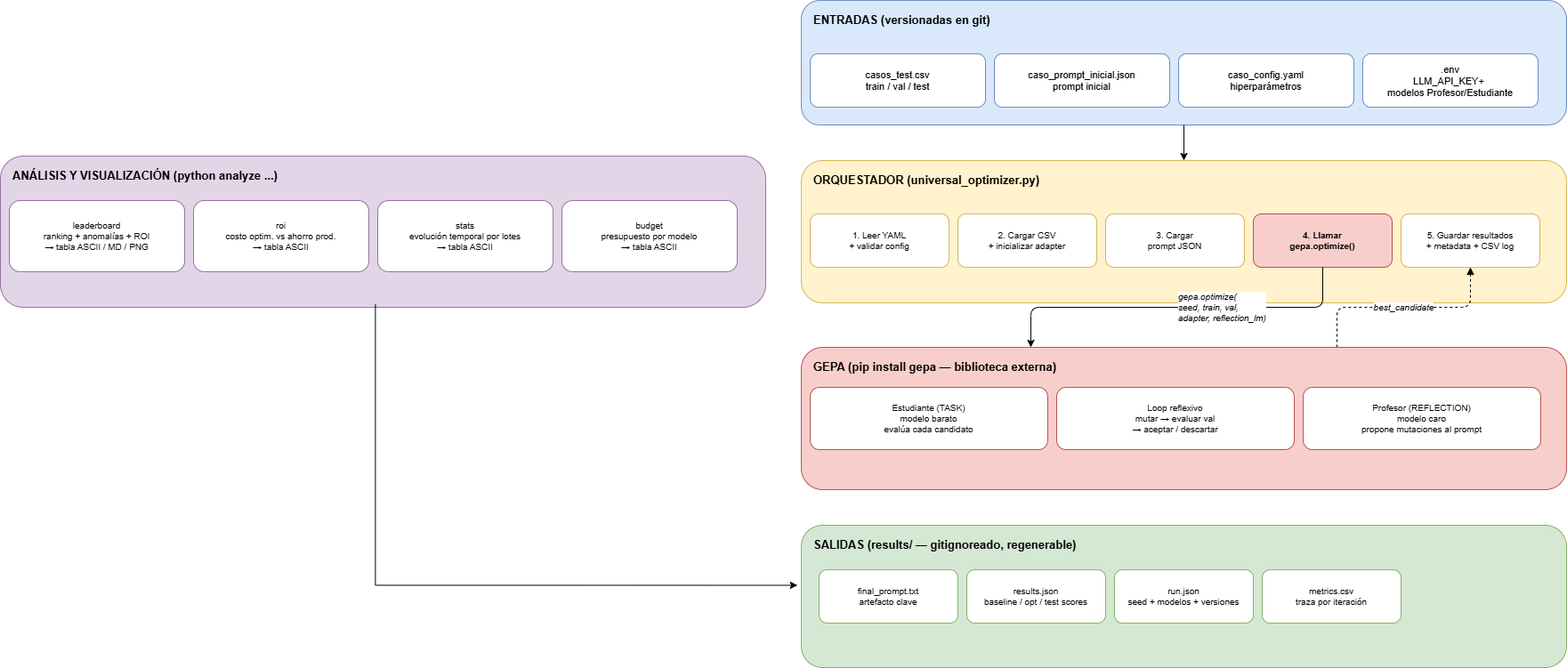
Before: gepa_standalone/docs/architecture.png, a diagram exported from draw.io (mberliner/reflexio). Source tidied: cells renumbered, new cells last; positions are measured from the earlier drawing's top-left corner, leaving out a move shared by most shapes.
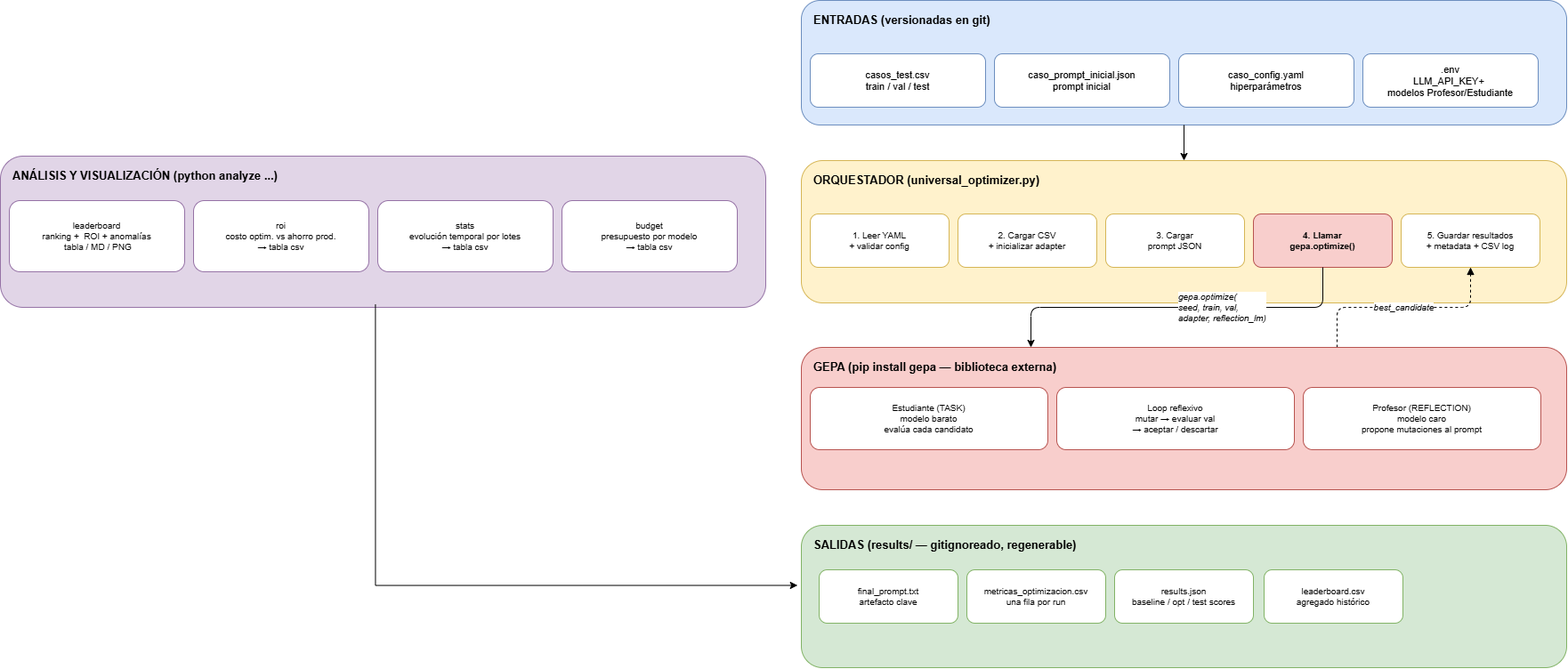
Later version of the same file.

Commit message:
docs(gepa): actualizar diagrama de arquitectura con utilidades de analisis

Change to the diagram source:
```diff
@@ -63,27 +63,27 @@
       <mxGeometry x="920" y="640" width="156" height="60" as="geometry" />
     </mxCell>
     <mxCell id="22" value="results.json&#10;baseline / opt / test scores" style="rounded=1;fillColor=#ffffff;strokeColor=#82b366;fontSize=10;align=center;" parent="1" vertex="1">
-      <mxGeometry x="1086" y="640" width="156" height="60" as="geometry" />
+      <mxGeometry x="1252" y="640" width="156" height="60" as="geometry" />
     </mxCell>
-    <mxCell id="23" value="run.json&#10;seed + modelos + versiones" style="rounded=1;fillColor=#ffffff;strokeColor=#82b366;fontSize=10;align=center;" parent="1" vertex="1">
-      <mxGeometry x="1252" y="640" width="156" height="60" as="geometry" />
-    </mxCell>
-    <mxCell id="24" value="metrics.csv&#10;traza por iteración" style="rounded=1;fillColor=#ffffff;strokeColor=#82b366;fontSize=10;align=center;" parent="1" vertex="1">
-      <mxGeometry x="1418" y="640" width="156" height="60" as="geometry" />
+    <mxCell id="24" value="metricas_optimizacion.csv&#10;una fila por run" style="rounded=1;fillColor=#ffffff;strokeColor=#82b366;fontSize=10;align=center;" parent="1" vertex="1">
+      <mxGeometry x="1086" y="640" width="156" height="60" as="geometry" />
     </mxCell>
+    <mxCell id="31" value="leaderboard.csv&#10;agregado histórico" style="rounded=1;fillColor=#ffffff;strokeColor=#82b366;fontSize=10;align=center;" parent="1" vertex="1">
+      <mxGeometry x="1420" y="640" width="156" height="60" as="geometry" />
+    </mxCell>
     <mxCell id="25" value="ANÁLISIS Y VISUALIZACIÓN   (python analyze ...)" style="rounded=1;whiteSpace=wrap;html=1;fillColor=#e1d5e7;strokeColor=#9673a6;fontStyle=1;fontSize=13;verticalAlign=top;align=left;spacingLeft=12;spacingTop=8;" parent="1" vertex="1">
       <mxGeometry y="175" width="860" height="170" as="geometry" />
     </mxCell>
-    <mxCell id="26" value="leaderboard&#10;ranking + anomalías + ROI&#10;→ tabla ASCII / MD / PNG" style="rounded=1;fillColor=#ffffff;strokeColor=#9673a6;fontSize=10;align=center;" parent="1" vertex="1">
+    <mxCell id="26" value="leaderboard&#10;ranking +  ROI + anomalías&#10; tabla / MD / PNG" style="rounded=1;fillColor=#ffffff;strokeColor=#9673a6;fontSize=10;align=center;" parent="1" vertex="1">
       <mxGeometry x="10" y="225" width="197" height="80" as="geometry" />
     </mxCell>
-    <mxCell id="27" value="roi&#10;costo optim. vs ahorro prod.&#10;→ tabla ASCII" style="rounded=1;fillColor=#ffffff;strokeColor=#9673a6;fontSize=10;align=center;" parent="1" vertex="1">
+    <mxCell id="27" value="roi&#10;costo optim. vs ahorro prod.&#10;→ tabla csv" style="rounded=1;fillColor=#ffffff;strokeColor=#9673a6;fontSize=10;align=center;" parent="1" vertex="1">
       <mxGeometry x="217" y="225" width="197" height="80" as="geometry" />
     </mxCell>
-    <mxCell id="28" value="stats&#10;evolución temporal por lotes&#10;→ tabla ASCII" style="rounded=1;fillColor=#ffffff;strokeColor=#9673a6;fontSize=10;align=center;" parent="1" vertex="1">
+    <mxCell id="28" value="stats&#10;evolución temporal por lotes&#10;→ tabla csv" style="rounded=1;fillColor=#ffffff;strokeColor=#9673a6;fontSize=10;align=center;" parent="1" vertex="1">
       <mxGeometry x="424" y="225" width="197" height="80" as="geometry" />
     </mxCell>
-    <mxCell id="29" value="budget&#10;presupuesto por modelo&#10;→ tabla ASCII" style="rounded=1;fillColor=#ffffff;strokeColor=#9673a6;fontSize=10;align=center;" parent="1" vertex="1">
+    <mxCell id="29" value="budget&#10;presupuesto por modelo&#10;→ tabla csv" style="rounded=1;fillColor=#ffffff;strokeColor=#9673a6;fontSize=10;align=center;" parent="1" vertex="1">
       <mxGeometry x="631" y="225" width="197" height="80" as="geometry" />
     </mxCell>
     <mxCell id="30" style="endArrow=classic;html=1;rounded=0;entryX=-0.005;entryY=0.422;entryDx=0;entryDy=0;entryPerimeter=0;exitX=0.49;exitY=0.982;exitDx=0;exitDy=0;exitPerimeter=0;edgeStyle=orthogonalEdgeStyle;" parent="1" edge="1" source="25" target="20">
```
